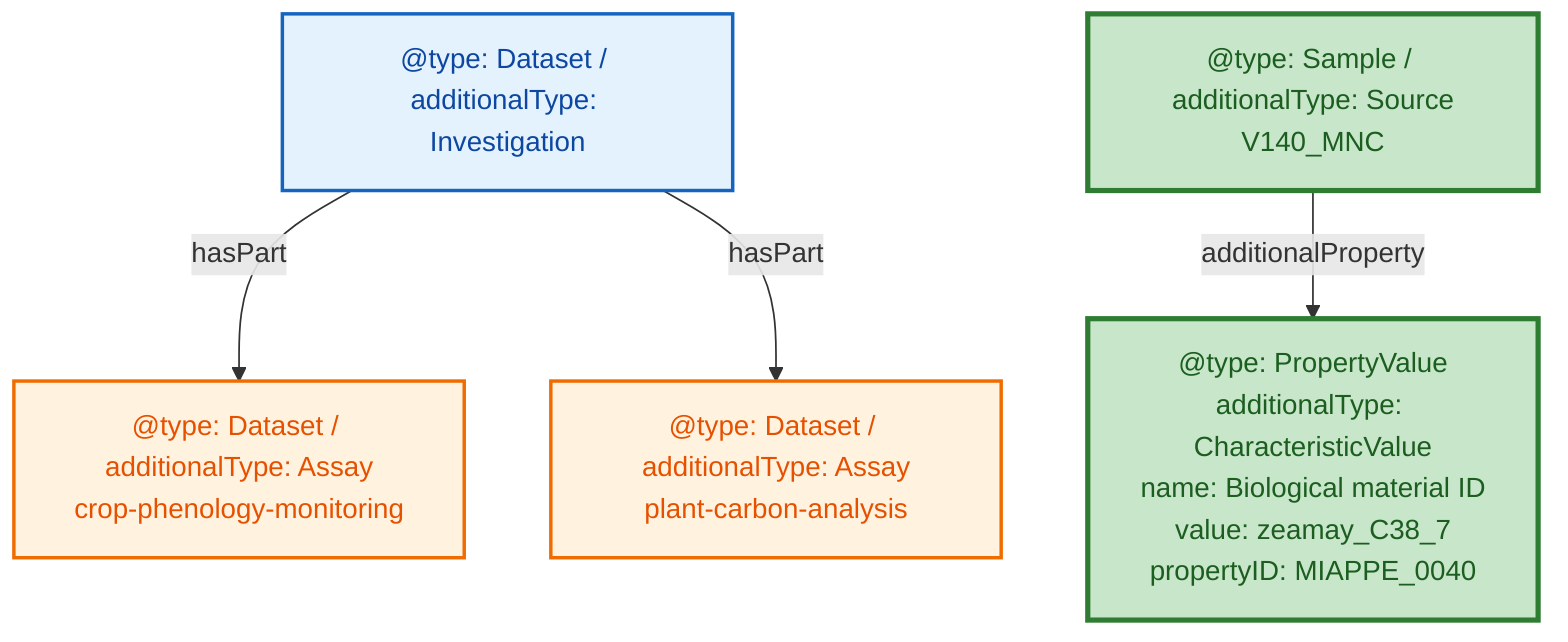
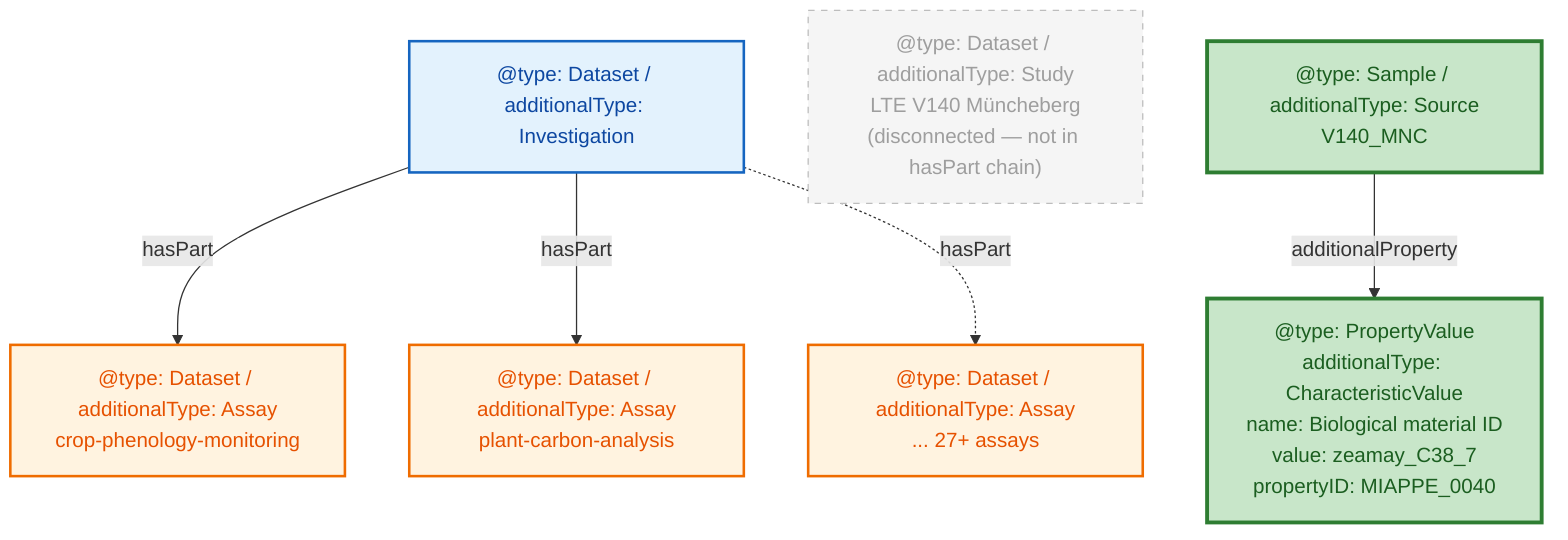
flowchart TD
    I["@type: Dataset / additionalType: Investigation"]
    A1["@type: Dataset / additionalType: Assay<br/>crop-phenology-monitoring"]
    A2["@type: Dataset / additionalType: Assay<br/>plant-carbon-analysis"]
+     AX["@type: Dataset / additionalType: Assay<br/>... 27+ assays"]
    I -->|"hasPart"| A1
    I -->|"hasPart"| A2
+     I -.->|"hasPart"| AX

-     S["@type: Sample / additionalType: Source<br/>V140_MNC"]
-     S -->|"additionalProperty"| CV["@type: PropertyValue<br/>additionalType: CharacteristicValue<br/>name: Biological material ID<br/>value: zeamay_C38_7<br/>propertyID: MIAPPE_0040"]
+     S["@type: Dataset / additionalType: Study<br/>LTE V140 Müncheberg<br/>(disconnected — not in hasPart chain)"]
+ 
+     SR["@type: Sample / additionalType: Source<br/>V140_MNC"]
+     SR -->|"additionalProperty"| CV["@type: PropertyValue<br/>additionalType: CharacteristicValue<br/>name: Biological material ID<br/>value: zeamay_C38_7<br/>propertyID: MIAPPE_0040"]

    classDef isa fill:#e3f2fd,stroke:#1565c0,stroke-width:2px,color:#0d47a1
    classDef flat fill:#fff3e0,stroke:#ef6c00,stroke-width:2px,color:#e65100
    classDef crop fill:#c8e6c9,stroke:#2e7d32,stroke-width:3px,color:#1b5e20
+     classDef disconnected fill:#f5f5f5,stroke:#bdbdbd,color:#9e9e9e,stroke-dasharray: 5 5

    class I isa
-     class A1,A2 flat
-     class S,CV crop
+     class A1,A2,AX flat
+     class S disconnected
+     class SR,CV crop
